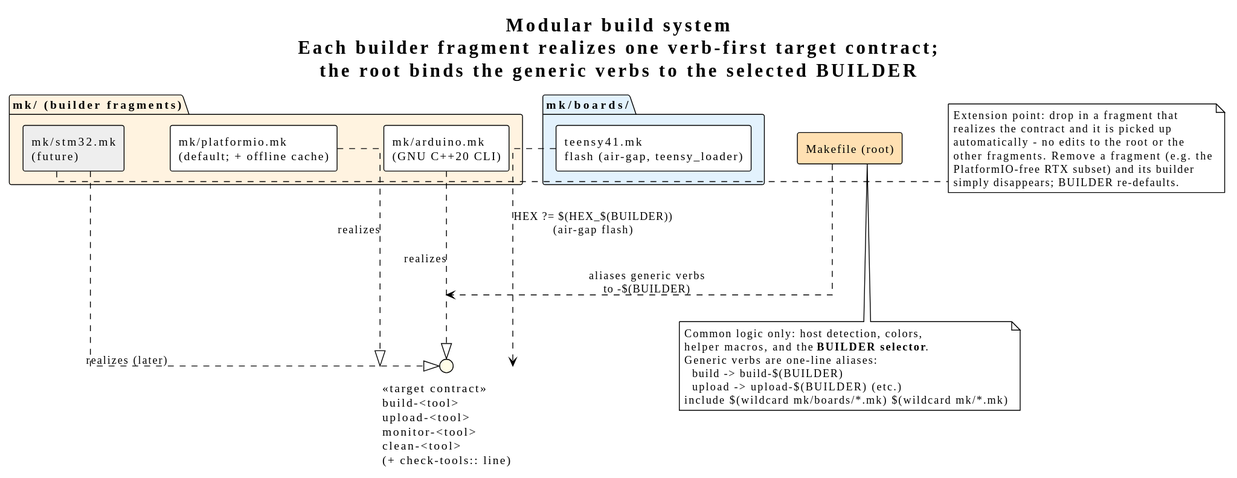
Above: docs/diagrams/build_system.svg in abitofhelp/teensy_sos (PlantUML), before the change. Its source is kept beside it as docs/diagrams/build_system.puml. The source it was exported from:
```plantuml
@startuml build_system
!theme plain
skinparam linetype ortho
skinparam nodesep 55
skinparam ranksep 90
skinparam componentStyle rectangle

title Modular build system\nEach builder fragment realizes one verb-first target contract;\nthe root binds the generic verbs to the selected BUILDER

interface "<<target contract>>\nbuild-<tool>\nupload-<tool>\nmonitor-<tool>\nclean-<tool>\n(+ check-tools:: line)" as Contract #FFFDE7

component "Makefile (root)" as Root #FFE0B2 {
}
note bottom of Root
  Common logic only: host detection, colors,
  helper macros, and the **BUILDER selector**.
  Generic verbs are one-line aliases:
    build  -> build-$(BUILDER)
    upload -> upload-$(BUILDER)   (etc.)
  include $(wildcard mk/boards/*.mk) $(wildcard mk/*.mk)
end note

package "mk/  (builder fragments)" as Builders #FFF3E0 {
  component "mk/platformio.mk\n(default; + offline cache)" as Pio
  component "mk/arduino.mk\n(GNU C++20 CLI)" as Arduino
  component "mk/stm32.mk\n(future)" as Stm32 #EEEEEE
}

package "mk/boards/" as Boards #E3F2FD {
  component "teensy41.mk\nflash (air-gap, teensy_loader)" as Board
}

Pio     ..|> Contract : realizes
Arduino ..|> Contract : realizes
Stm32   ..|> Contract : realizes (later)

Root ..> Contract : aliases generic verbs\nto -$(BUILDER)

Board ..> Contract : HEX ?= $(HEX_$(BUILDER))\n(air-gap flash)

note right of Stm32
  Extension point: drop in a fragment that
  realizes the contract and it is picked up
  automatically - no edits to the root or the
  other fragments. Remove a fragment (e.g. the
  PlatformIO-free RTX subset) and its builder
  simply disappears; BUILDER re-defaults.
end note

@enduml
```
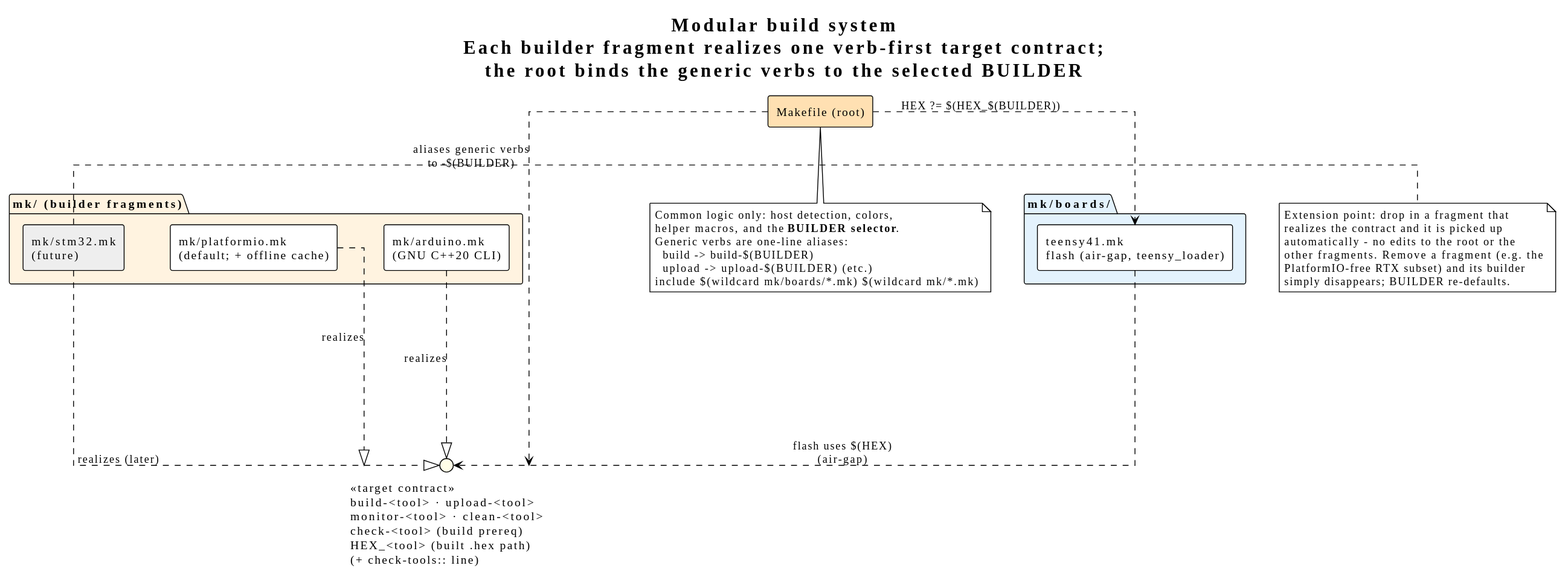
Above is the later version.

Commit message:
fix(makefile): make compare-builds a true drop-in; document the full builder contract

Change to the diagram source:
```diff
@@ -7,7 +7,7 @@
 
 title Modular build system\nEach builder fragment realizes one verb-first target contract;\nthe root binds the generic verbs to the selected BUILDER
 
-interface "<<target contract>>\nbuild-<tool>\nupload-<tool>\nmonitor-<tool>\nclean-<tool>\n(+ check-tools:: line)" as Contract #FFFDE7
+interface "<<target contract>>\nbuild-<tool>  ·  upload-<tool>\nmonitor-<tool>  ·  clean-<tool>\ncheck-<tool>  (build prereq)\nHEX_<tool>  (built .hex path)\n(+ check-tools:: line)" as Contract #FFFDE7
 
 component "Makefile (root)" as Root #FFE0B2 {
 }
@@ -36,7 +36,8 @@
 
 Root ..> Contract : aliases generic verbs\nto -$(BUILDER)
 
-Board ..> Contract : HEX ?= $(HEX_$(BUILDER))\n(air-gap flash)
+Root  ..> Board : HEX ?= $(HEX_$(BUILDER))
+Board ..> Contract : flash uses $(HEX)\n(air-gap)
 
 note right of Stm32
   Extension point: drop in a fragment that
```
